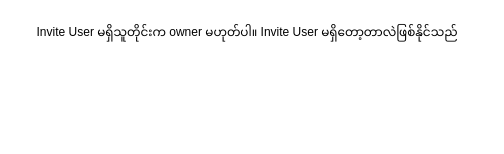
Before: page "Note" (4 of 7) of sql_graph.drawio in InnwaCommunity/KoiCoi, a draw.io diagram. Source tidied: cells renumbered, new cells numbered last; positions are measured from the earlier drawing's top-left corner, leaving out a move shared by most shapes. Both pictures are drawn from the tidied source at 100%, with x=0, y=0 at pixel (17, 17).
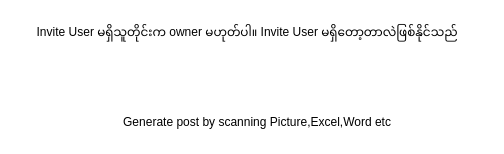
Above is the later version.

Diff of the diagram source:
```diff
@@
 <mxGraphModel>
   <root>
     <mxCell id="0" />
     <mxCell id="1" parent="0" />
     <mxCell id="2" value="Invite User မရှိသူတိုင်းက owner မဟုတ်ပါ။ Invite User မရှိတော့တာလဲဖြစ်နိုင်သည်" style="text;html=1;strokeColor=none;fillColor=none;align=center;verticalAlign=middle;whiteSpace=wrap;rounded=0;" parent="1" vertex="1">
       <mxGeometry width="460" height="30" as="geometry" />
     </mxCell>
+    <mxCell id="3" value="Generate post by scanning Picture,Excel,Word etc" style="text;html=1;strokeColor=none;fillColor=none;align=center;verticalAlign=middle;whiteSpace=wrap;rounded=0;" parent="1" vertex="1">
+      <mxGeometry x="10" y="90" width="460" height="30" as="geometry" />
+    </mxCell>
   </root>
 </mxGraphModel>
```
